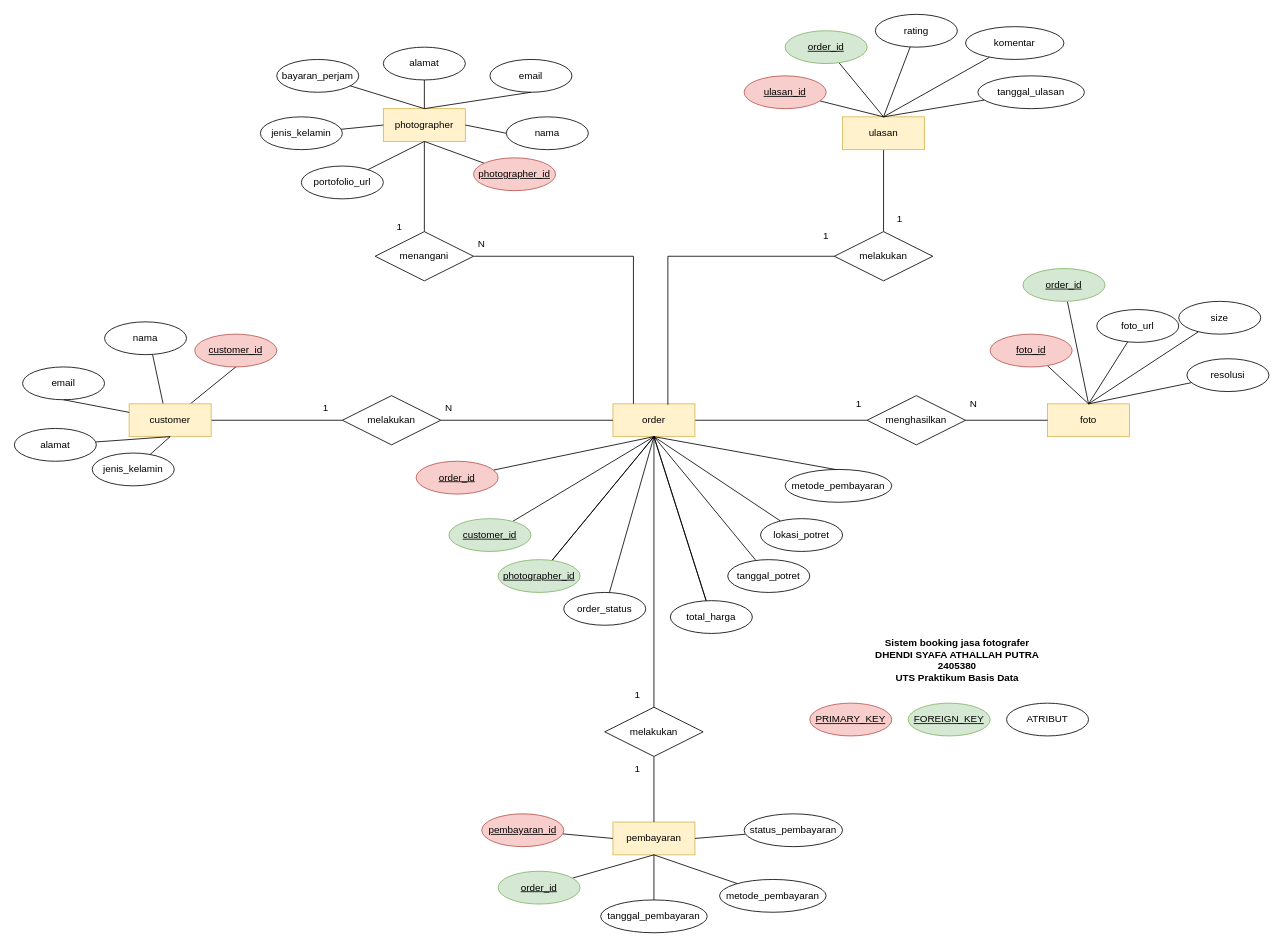
Earlier version of the draw.io diagram Untitled Diagram.drawio (dhendisyafaa/drawio). Source tidied: cells renumbered, new cells numbered last; positions are measured from the earlier drawing's top-left corner, leaving out a move shared by most shapes. Both pictures are drawn from the tidied source at 82%, with x=0, y=0 at pixel (14, 14).
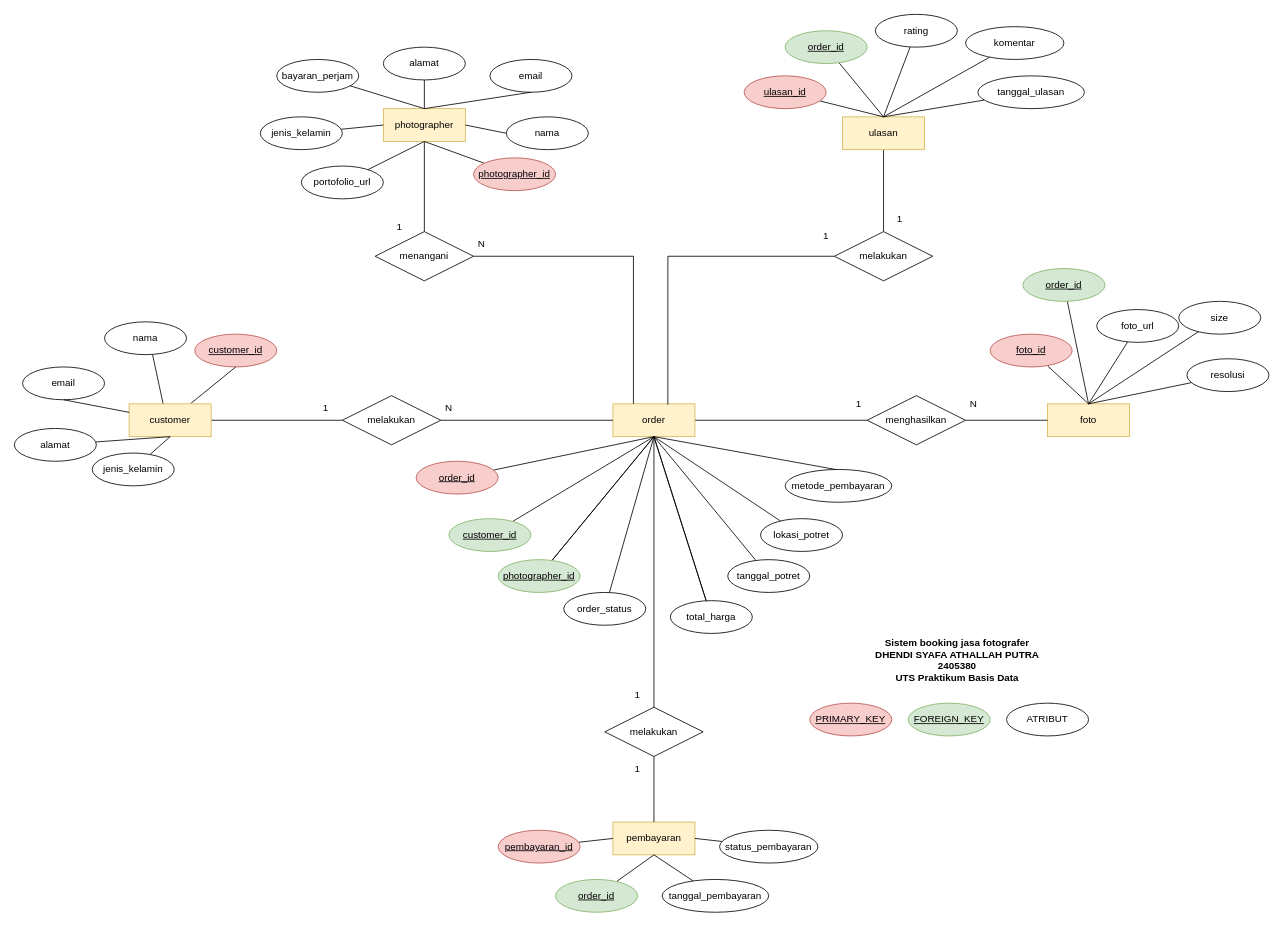
After the change.

Unchanged cells that the change refers to:
```xml
<mxCell id="63" value="pembayaran" style="whiteSpace=wrap;html=1;align=center;fillColor=#fff2cc;strokeColor=#d6b656;" parent="1" vertex="1">
  <mxGeometry x="730" y="985" width="100" height="40" as="geometry" />
</mxCell>
```

The edit, as a diff of the source:
```diff
@@
     <mxCell id="65" value="&lt;u&gt;pembayaran_id&lt;/u&gt;" style="ellipse;whiteSpace=wrap;html=1;align=center;fillColor=#f8cecc;strokeColor=#b85450;" parent="1" vertex="1">
-      <mxGeometry x="570" y="975" width="100" height="40" as="geometry" />
+      <mxGeometry x="590" y="995" width="100" height="40" as="geometry" />
     </mxCell>
@@
     <mxCell id="67" value="&lt;u&gt;order_id&lt;/u&gt;" style="ellipse;whiteSpace=wrap;html=1;align=center;fillColor=#d5e8d4;strokeColor=#82b366;" parent="1" vertex="1">
-      <mxGeometry x="590" y="1045" width="100" height="40" as="geometry" />
+      <mxGeometry x="660" y="1055" width="100" height="40" as="geometry" />
     </mxCell>
@@
     <mxCell id="69" value="tanggal_pembayaran" style="ellipse;whiteSpace=wrap;html=1;align=center;" parent="1" vertex="1">
-      <mxGeometry x="715" y="1080" width="130" height="40" as="geometry" />
+      <mxGeometry x="790" y="1055" width="130" height="40" as="geometry" />
     </mxCell>
@@
     <mxCell id="71" value="status_pembayaran" style="ellipse;whiteSpace=wrap;html=1;align=center;" parent="1" vertex="1">
-      <mxGeometry x="890" y="975" width="120" height="40" as="geometry" />
+      <mxGeometry x="860" y="995" width="120" height="40" as="geometry" />
     </mxCell>
-    <mxCell id="72" style="rounded=0;jettySize=auto;html=1;entryX=0.5;entryY=1;entryDx=0;entryDy=0;endArrow=none;startFill=0;" parent="1" edge="1" source="73" target="63">
-      <mxGeometry relative="1" as="geometry" />
-    </mxCell>
-    <mxCell id="73" value="metode_pembayaran" style="ellipse;whiteSpace=wrap;html=1;align=center;" parent="1" vertex="1">
-      <mxGeometry x="860" y="1055" width="130" height="40" as="geometry" />
-    </mxCell>
```
